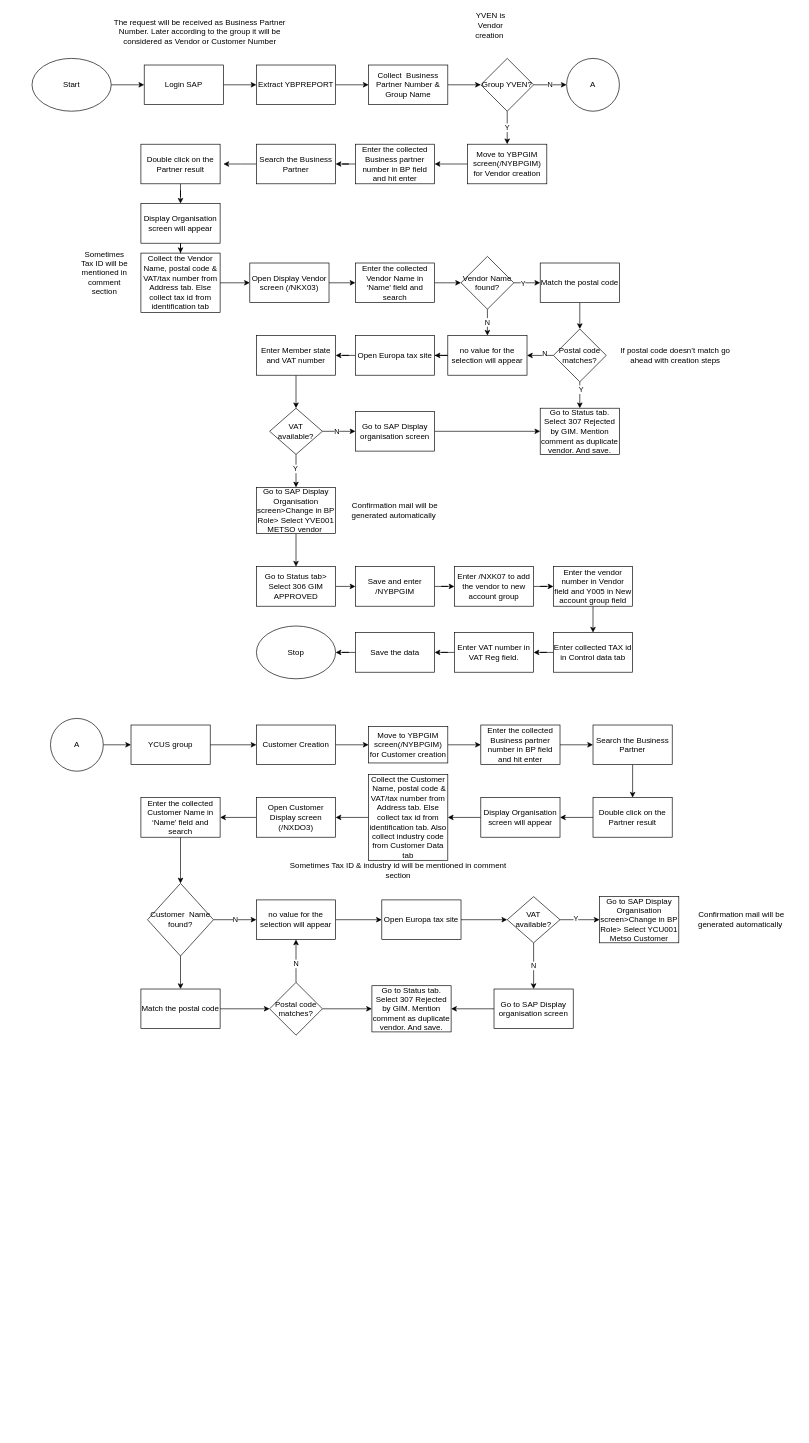
The draw.io diagram Vendor Creation .drawio in Jyotiprakash-Parida/process-diagram, before the edit. Source tidied: cells renumbered, new cells numbered last; positions are measured from the earlier drawing's top-left corner, leaving out a move shared by most shapes. Both pictures are drawn from the tidied source at 66%, with x=0, y=0 at pixel (32, 12).
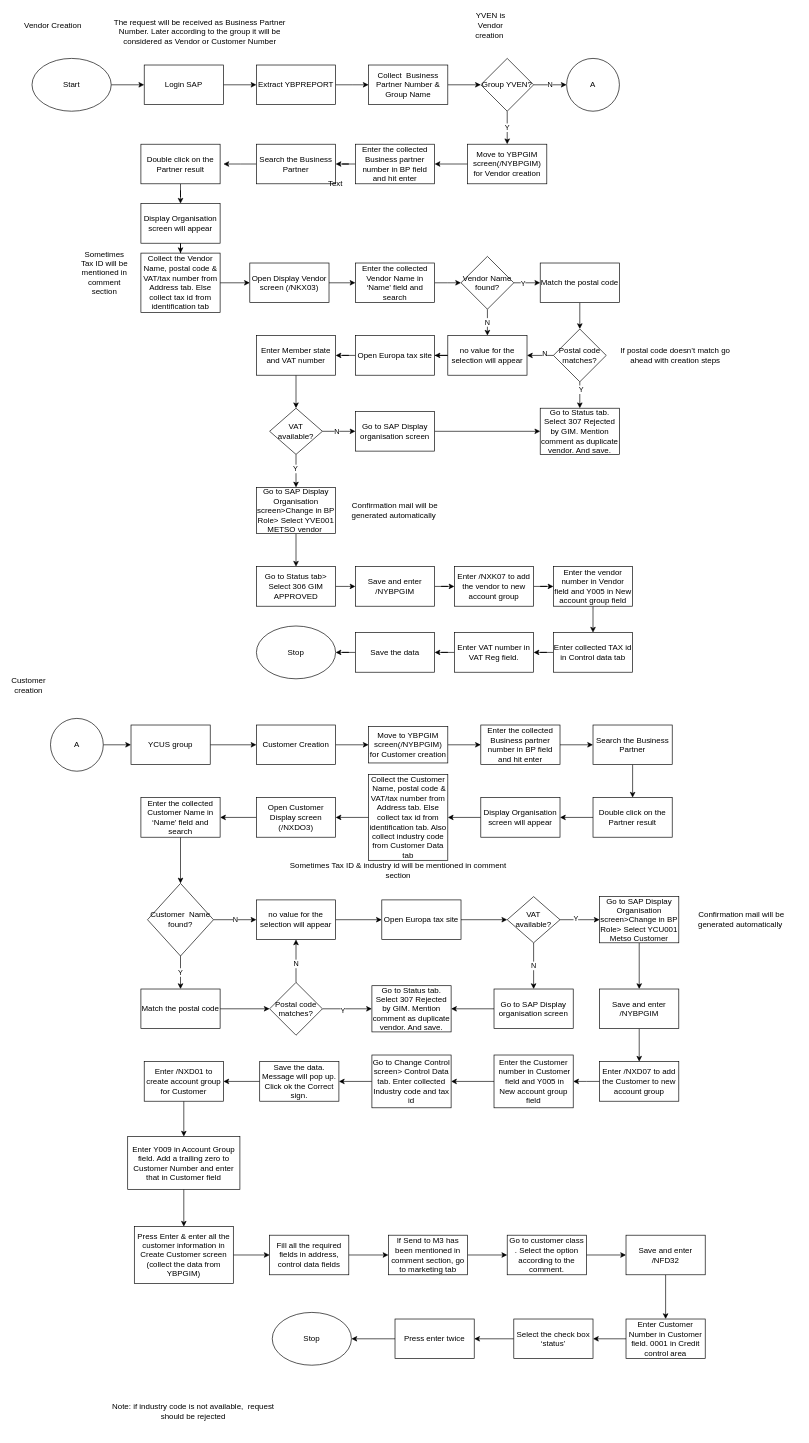
Above is the later version.

Unchanged cells that the change refers to:
```xml
<mxCell id="100" value="Customer &amp;nbsp;Name found?" style="rhombus;whiteSpace=wrap;html=1;" parent="1" vertex="1">
  <mxGeometry x="175" y="1320" width="100" height="110" as="geometry" />
</mxCell>
<mxCell id="103" value="Match the postal code" style="rounded=0;whiteSpace=wrap;html=1;" parent="1" vertex="1">
  <mxGeometry x="165" y="1480" width="120" height="60" as="geometry" />
</mxCell>
<mxCell id="104" style="edgeStyle=orthogonalEdgeStyle;rounded=0;jettySize=auto;html=1;" parent="1" edge="1" source="107" target="108">
  <mxGeometry relative="1" as="geometry" />
</mxCell>
<mxCell id="119" value="Go to SAP Display Organisation screen&amp;gt;Change in BP Role&amp;gt; Select YCU001 Metso Customer" style="rounded=0;whiteSpace=wrap;html=1;fillColor=#FFFFFF;" parent="1" vertex="1">
  <mxGeometry x="860" y="1340" width="120" height="70" as="geometry" />
</mxCell>
```

What changed in the source:
```diff
@@
-    <mxCell id="98" style="edgeStyle=orthogonalEdgeStyle;rounded=0;jettySize=auto;html=1;" parent="1" edge="1" source="100" target="103">
+    <mxCell id="98" value="Y" style="edgeStyle=orthogonalEdgeStyle;rounded=0;jettySize=auto;html=1;" parent="1" edge="1" source="100" target="103">
       <mxGeometry relative="1" as="geometry" />
     </mxCell>
@@
+    <mxCell id="122" value="Y" style="edgeLabel;html=1;align=center;verticalAlign=middle;" parent="104" vertex="1">
+      <mxGeometry x="-0.19" y="-2" relative="1" as="geometry" />
+    </mxCell>
@@
+    <mxCell id="123" style="edgeStyle=orthogonalEdgeStyle;rounded=0;jettySize=auto;html=1;" parent="1" edge="1" source="119" target="125">
+      <mxGeometry relative="1" as="geometry" />
+    </mxCell>
@@
+    <mxCell id="124" style="edgeStyle=orthogonalEdgeStyle;rounded=0;jettySize=auto;html=1;" parent="1" edge="1" source="125" target="127">
+      <mxGeometry relative="1" as="geometry" />
+    </mxCell>
+    <mxCell id="125" value="Save and enter /NYBPGIM" style="rounded=0;whiteSpace=wrap;html=1;" parent="1" vertex="1">
+      <mxGeometry x="860" y="1480" width="120" height="60" as="geometry" />
+    </mxCell>
+    <mxCell id="126" style="edgeStyle=orthogonalEdgeStyle;rounded=0;jettySize=auto;html=1;" parent="1" edge="1" source="127">
+      <mxGeometry relative="1" as="geometry">
+        <mxPoint x="820" y="1620" as="targetPoint" />
+      </mxGeometry>
+    </mxCell>
+    <mxCell id="127" value="Enter /NXD07 to add the Customer to new account group" style="rounded=0;whiteSpace=wrap;html=1;" parent="1" vertex="1">
+      <mxGeometry x="860" y="1590" width="120" height="60" as="geometry" />
+    </mxCell>
+    <mxCell id="128" style="edgeStyle=orthogonalEdgeStyle;rounded=0;jettySize=auto;html=1;" parent="1" edge="1" source="129" target="131">
+      <mxGeometry relative="1" as="geometry" />
+    </mxCell>
+    <mxCell id="129" value="Enter the Customer &amp;nbsp;number in Customer &amp;nbsp;field and Y005 in New account group field" style="rounded=0;whiteSpace=wrap;html=1;" parent="1" vertex="1">
+      <mxGeometry x="700" y="1580" width="120" height="80" as="geometry" />
+    </mxCell>
+    <mxCell id="130" style="edgeStyle=orthogonalEdgeStyle;rounded=0;jettySize=auto;html=1;" parent="1" edge="1" source="131" target="133">
+      <mxGeometry relative="1" as="geometry" />
+    </mxCell>
+    <mxCell id="131" value="Go to Change Control screen&amp;gt; Control Data tab. Enter collected Industry code and tax &amp;nbsp;id&amp;nbsp;" style="rounded=0;whiteSpace=wrap;html=1;fillColor=#FFFFFF;" parent="1" vertex="1">
+      <mxGeometry x="515" y="1580" width="120" height="80" as="geometry" />
+    </mxCell>
+    <mxCell id="132" style="edgeStyle=orthogonalEdgeStyle;rounded=0;jettySize=auto;html=1;" parent="1" edge="1" source="133" target="135">
+      <mxGeometry relative="1" as="geometry" />
+    </mxCell>
+    <mxCell id="133" value="Save the data. Message will pop up. Click ok the Correct sign." style="rounded=0;whiteSpace=wrap;html=1;fillColor=#FFFFFF;" parent="1" vertex="1">
+      <mxGeometry x="345" y="1590" width="120" height="60" as="geometry" />
+    </mxCell>
+    <mxCell id="134" style="edgeStyle=orthogonalEdgeStyle;rounded=0;jettySize=auto;html=1;" parent="1" edge="1" source="135" target="137">
+      <mxGeometry relative="1" as="geometry" />
+    </mxCell>
+    <mxCell id="135" value="Enter /NXD01 to create account group for Customer" style="rounded=0;whiteSpace=wrap;html=1;fillColor=#FFFFFF;" parent="1" vertex="1">
+      <mxGeometry x="170" y="1590" width="120" height="60" as="geometry" />
+    </mxCell>
+    <mxCell id="136" style="edgeStyle=orthogonalEdgeStyle;rounded=0;jettySize=auto;html=1;" parent="1" edge="1" source="137" target="139">
+      <mxGeometry relative="1" as="geometry" />
+    </mxCell>
+    <mxCell id="137" value="Enter Y009 in Account Group field. Add a trailing zero to Customer Number and enter that in Customer field" style="rounded=0;whiteSpace=wrap;html=1;fillColor=#FFFFFF;" parent="1" vertex="1">
+      <mxGeometry x="145" y="1703.5" width="170" height="80" as="geometry" />
+    </mxCell>
+    <mxCell id="138" style="edgeStyle=orthogonalEdgeStyle;rounded=0;jettySize=auto;html=1;" parent="1" edge="1" source="139" target="141">
+      <mxGeometry relative="1" as="geometry" />
+    </mxCell>
+    <mxCell id="139" value="Press Enter &amp;amp; enter all the customer information in Create Customer screen (collect the data from YBPGIM)" style="rounded=0;whiteSpace=wrap;html=1;fillColor=#FFFFFF;" parent="1" vertex="1">
+      <mxGeometry x="155" y="1840" width="150" height="86" as="geometry" />
+    </mxCell>
+    <mxCell id="140" style="edgeStyle=orthogonalEdgeStyle;rounded=0;jettySize=auto;html=1;" parent="1" edge="1" source="141" target="143">
+      <mxGeometry relative="1" as="geometry" />
+    </mxCell>
+    <mxCell id="141" value="Fill all the required fields in address, control data fields" style="rounded=0;whiteSpace=wrap;html=1;fillColor=#FFFFFF;" parent="1" vertex="1">
+      <mxGeometry x="360" y="1853" width="120" height="60" as="geometry" />
+    </mxCell>
+    <mxCell id="142" style="edgeStyle=orthogonalEdgeStyle;rounded=0;jettySize=auto;html=1;" parent="1" edge="1" source="143" target="145">
+      <mxGeometry relative="1" as="geometry" />
+    </mxCell>
+    <mxCell id="143" value="If Send to M3 has been mentioned in comment section, go to marketing tab" style="rounded=0;whiteSpace=wrap;html=1;fillColor=#FFFFFF;" parent="1" vertex="1">
+      <mxGeometry x="540" y="1853" width="120" height="60" as="geometry" />
+    </mxCell>
+    <mxCell id="144" style="edgeStyle=orthogonalEdgeStyle;rounded=0;jettySize=auto;html=1;" parent="1" edge="1" source="145" target="147">
+      <mxGeometry relative="1" as="geometry" />
+    </mxCell>
+    <mxCell id="145" value="Go to customer class . Select the option according to the comment." style="rounded=0;whiteSpace=wrap;html=1;fillColor=#FFFFFF;" parent="1" vertex="1">
+      <mxGeometry x="720" y="1853" width="120" height="60" as="geometry" />
+    </mxCell>
+    <mxCell id="146" style="edgeStyle=orthogonalEdgeStyle;rounded=0;jettySize=auto;html=1;" parent="1" edge="1" source="147" target="149">
+      <mxGeometry relative="1" as="geometry" />
+    </mxCell>
+    <mxCell id="147" value="Save and enter /NFD32" style="rounded=0;whiteSpace=wrap;html=1;fillColor=#FFFFFF;" parent="1" vertex="1">
+      <mxGeometry x="900" y="1853" width="120" height="60" as="geometry" />
+    </mxCell>
+    <mxCell id="148" style="edgeStyle=orthogonalEdgeStyle;rounded=0;jettySize=auto;html=1;" parent="1" edge="1" source="149" target="151">
+      <mxGeometry relative="1" as="geometry" />
+    </mxCell>
+    <mxCell id="149" value="Enter Customer Number in Customer field. 0001 in Credit control area" style="rounded=0;whiteSpace=wrap;html=1;fillColor=#FFFFFF;" parent="1" vertex="1">
+      <mxGeometry x="900" y="1980" width="120" height="60" as="geometry" />
+    </mxCell>
+    <mxCell id="150" style="edgeStyle=orthogonalEdgeStyle;rounded=0;jettySize=auto;html=1;" parent="1" edge="1" source="151" target="153">
+      <mxGeometry relative="1" as="geometry" />
+    </mxCell>
+    <mxCell id="151" value="Select the check box ‘status’" style="rounded=0;whiteSpace=wrap;html=1;fillColor=#FFFFFF;" parent="1" vertex="1">
+      <mxGeometry x="730" y="1980" width="120" height="60" as="geometry" />
+    </mxCell>
+    <mxCell id="152" style="edgeStyle=orthogonalEdgeStyle;rounded=0;jettySize=auto;html=1;" parent="1" edge="1" source="153" target="154">
+      <mxGeometry relative="1" as="geometry" />
+    </mxCell>
+    <mxCell id="153" value="Press enter twice" style="rounded=0;whiteSpace=wrap;html=1;fillColor=#FFFFFF;" parent="1" vertex="1">
+      <mxGeometry x="550" y="1980" width="120" height="60" as="geometry" />
+    </mxCell>
+    <mxCell id="154" value="Stop" style="ellipse;whiteSpace=wrap;html=1;fillColor=#FFFFFF;" parent="1" vertex="1">
+      <mxGeometry x="364" y="1970" width="120" height="80" as="geometry" />
+    </mxCell>
+    <mxCell id="155" value="Note: if industry code is not available, &amp;nbsp;request should be rejected" style="text;html=1;strokeColor=none;fillColor=none;align=center;verticalAlign=middle;whiteSpace=wrap;rounded=0;" parent="1" vertex="1">
+      <mxGeometry x="107.5" y="2090" width="272.5" height="60" as="geometry" />
+    </mxCell>
+    <mxCell id="156" value="Customer creation" style="text;html=1;strokeColor=none;fillColor=none;align=center;verticalAlign=middle;whiteSpace=wrap;rounded=0;" parent="1" vertex="1">
+      <mxGeometry x="-20" y="1010" width="30" height="20" as="geometry" />
+    </mxCell>
+    <mxCell id="157" value="Text" style="text;html=1;strokeColor=none;fillColor=none;align=center;verticalAlign=middle;whiteSpace=wrap;rounded=0;" parent="1" vertex="1">
+      <mxGeometry x="440" y="250" width="40" height="20" as="geometry" />
+    </mxCell>
+    <mxCell id="158" value="Vendor Creation&amp;nbsp;" style="text;html=1;align=center;verticalAlign=middle;" parent="1" vertex="1">
+      <mxGeometry x="-22" y="10" width="110" height="20" as="geometry" />
+    </mxCell>
```
